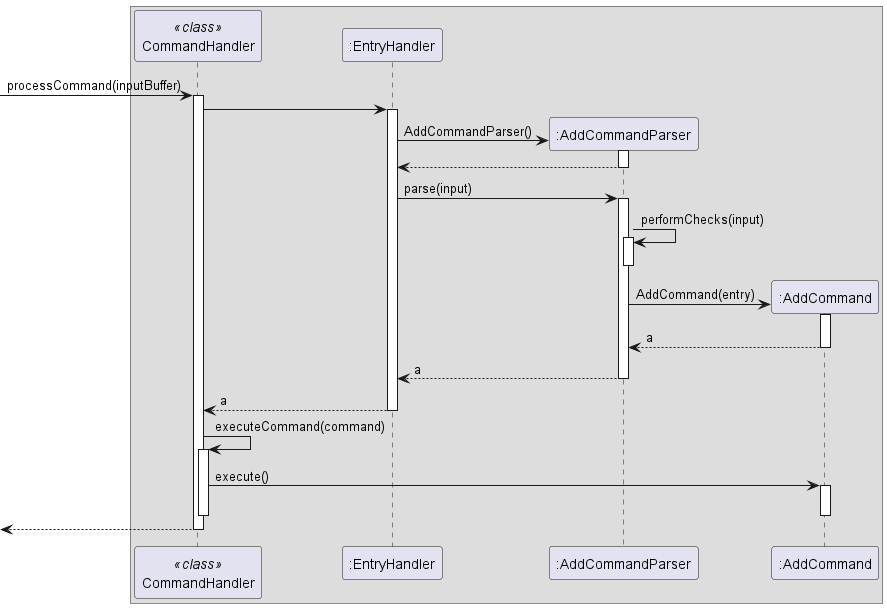
Earlier version of the PlantUML export docs/images/AddSequenceDiagram.png (woodenclock/tp). Its diagram source:
```plantuml
@startuml
!include Style.puml

box
participant "CommandHandler" <<class>>
participant ":EntryHandler" as EntryHandler
participant ":AddCommandParser" as AddCommandParser
participant ":AddCommand" as AddCommand
end box

-> CommandHandler : processCommand(inputBuffer)
activate CommandHandler
CommandHandler -> EntryHandler

activate EntryHandler

create AddCommandParser
EntryHandler -> AddCommandParser : AddCommandParser()
activate AddCommandParser

AddCommandParser --> EntryHandler
deactivate AddCommandParser

EntryHandler -> AddCommandParser : parse(input)
activate AddCommandParser

AddCommandParser -> AddCommandParser : performChecks(input)
activate AddCommandParser

deactivate AddCommandParser

create AddCommand
AddCommandParser -> AddCommand : AddCommand(entry)
activate AddCommand

AddCommand --> AddCommandParser : a
deactivate AddCommand

AddCommandParser --> EntryHandler : a
deactivate AddCommandParser

EntryHandler --> CommandHandler : a
deactivate EntryHandler

CommandHandler -> CommandHandler : executeCommand(command)
activate CommandHandler

CommandHandler -> AddCommand : execute()
activate AddCommand

deactivate AddCommand
deactivate CommandHandler

<-- CommandHandler
deactivate CommandHandler

@enduml
```
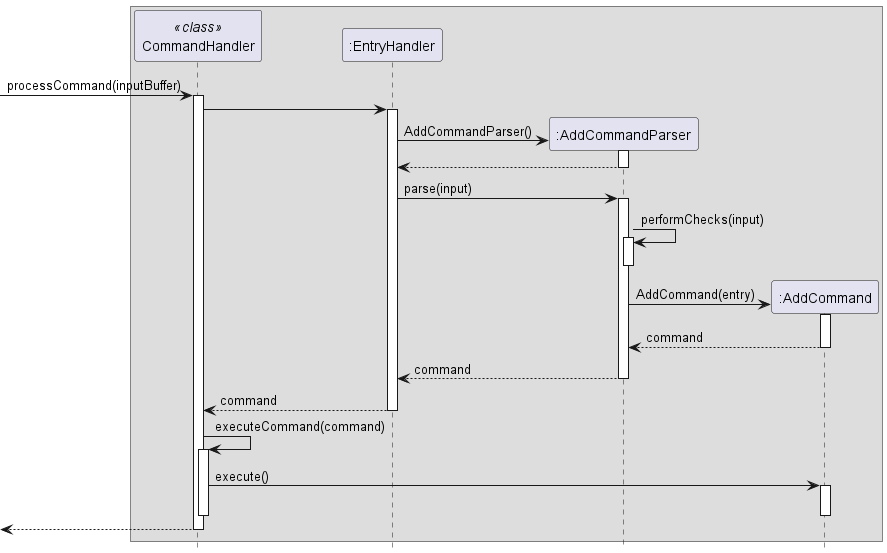
The same file after the commit.

The edit, as a diff of the source:
```diff
@@ -33,13 +33,13 @@
 AddCommandParser -> AddCommand : AddCommand(entry)
 activate AddCommand
 
-AddCommand --> AddCommandParser : a
+AddCommand --> AddCommandParser : command
 deactivate AddCommand
 
-AddCommandParser --> EntryHandler : a
+AddCommandParser --> EntryHandler : command
 deactivate AddCommandParser
 
-EntryHandler --> CommandHandler : a
+EntryHandler --> CommandHandler : command
 deactivate EntryHandler
 
 CommandHandler -> CommandHandler : executeCommand(command)
```
